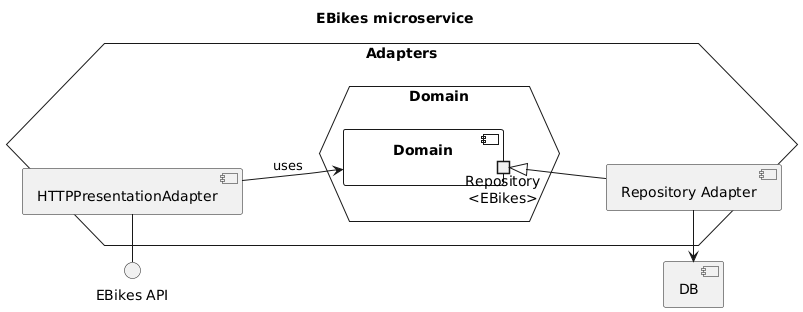
Ventus218/SAP-assignment-02 keeps this PlantUML diagram as doc/diagrams/ebikes-components.png. Above is the earlier version.
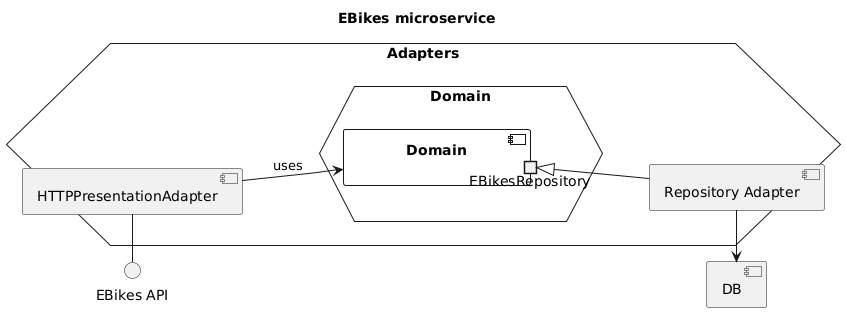
After the change.

Change to the diagram source:
```diff
@@ -10,7 +10,7 @@
 hexagon Adapters {
     hexagon Domain as DomainHex {
         component Domain {
-            portout "Repository\n<EBikes>" as Repo
+            portout "EBikesRepository" as Repo
 
         }
     }
```
